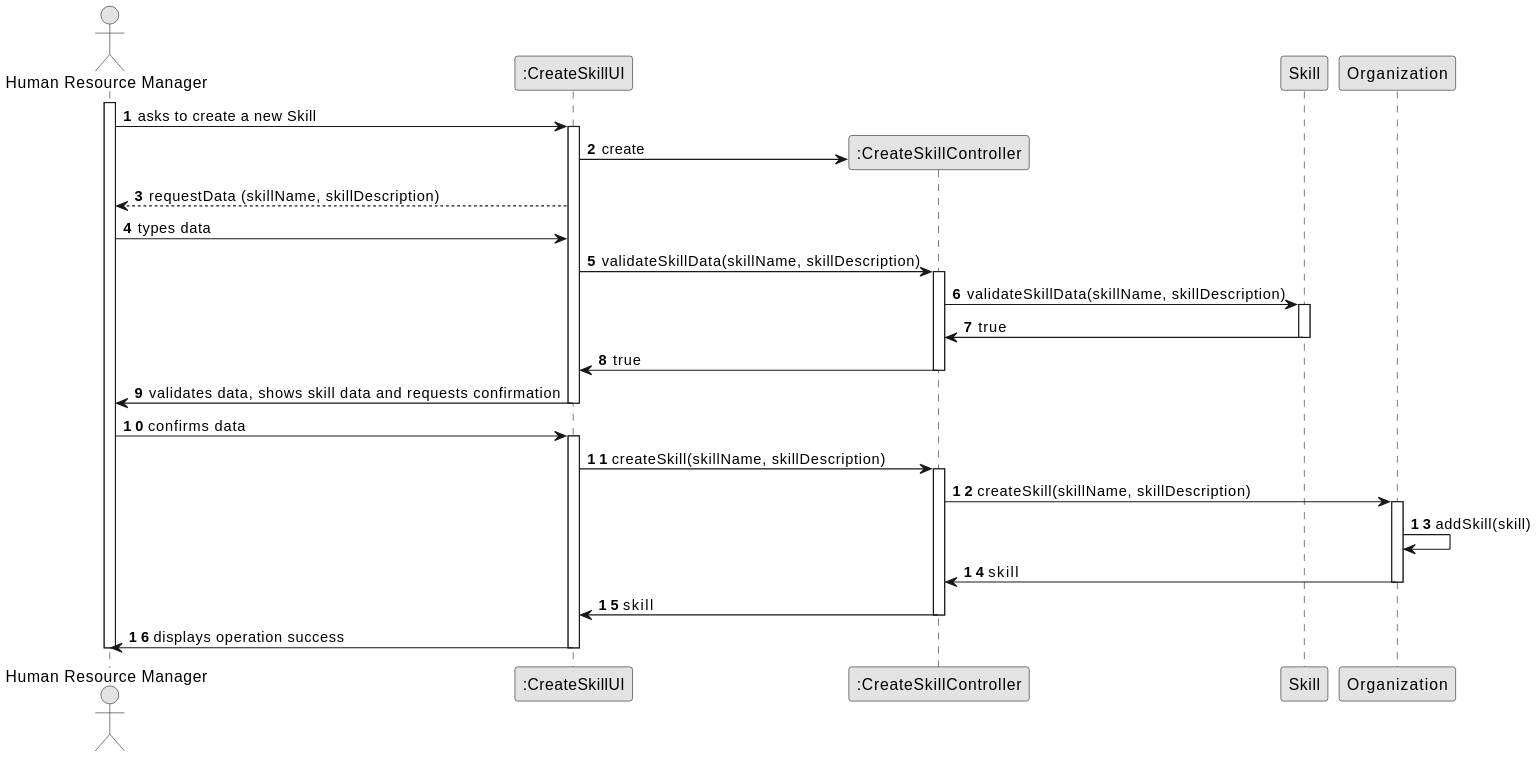
Above: docs/sprintB/us01/03.design/svg/us01-sequence-diagram-full.svg in Paulo-Pereira-at-ISEP/lei-24-s2-1nanb-g321 (PlantUML), before the change.
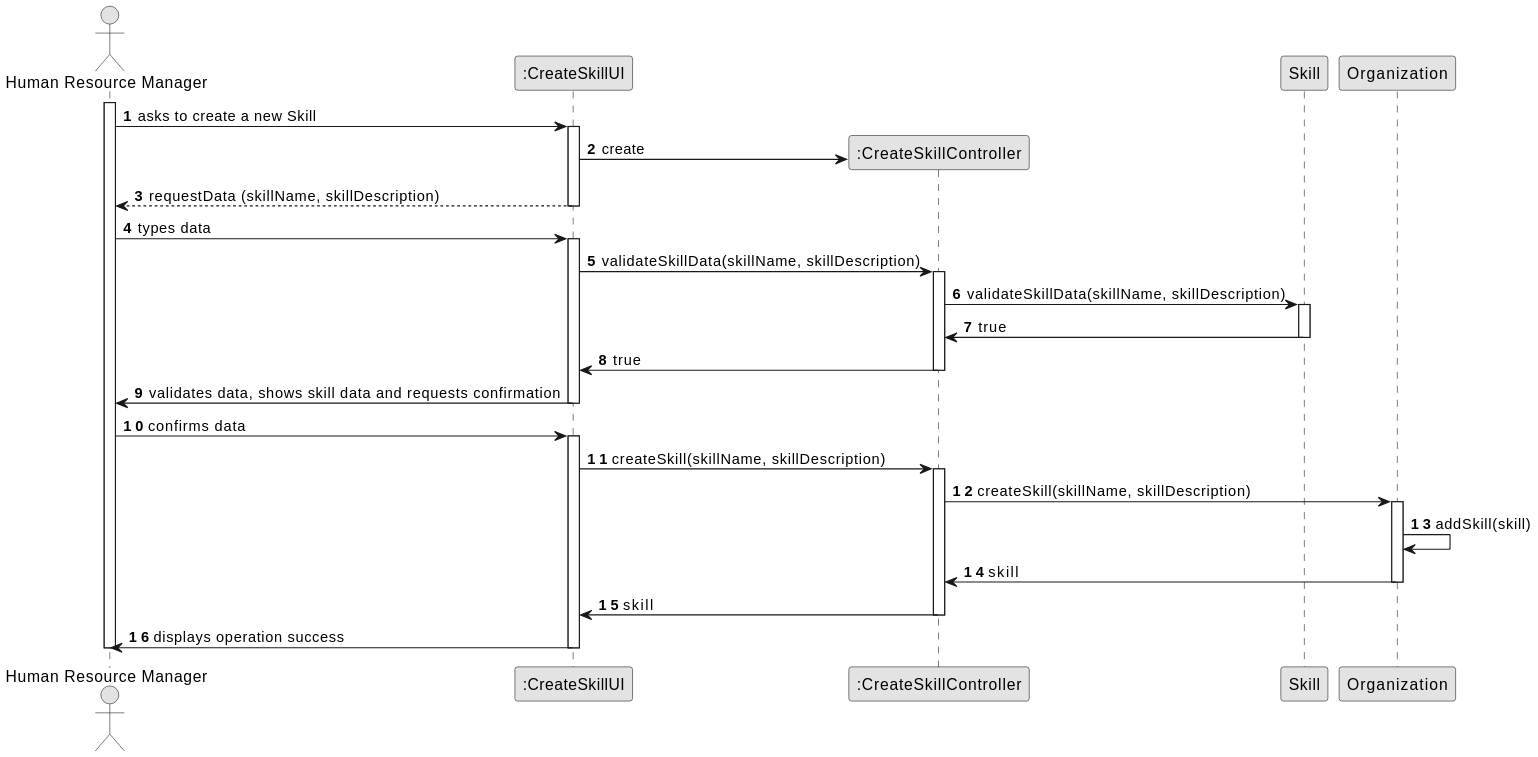
Above is the later version.

Commit message:
LGGPM-115 - US01 - Design - Sequence diagram update

What changed in the source:
```diff
@@ -20,8 +20,11 @@
             UI -> CTRL** : create
 
             UI --> HRM : requestData (skillName, skillDescription)
+        deactivate UI
 
-            HRM -> UI : types data
+        HRM -> UI : types data
+
+        activate UI
 
             UI -> CTRL : validateSkillData(skillName, skillDescription)
             activate CTRL
```
